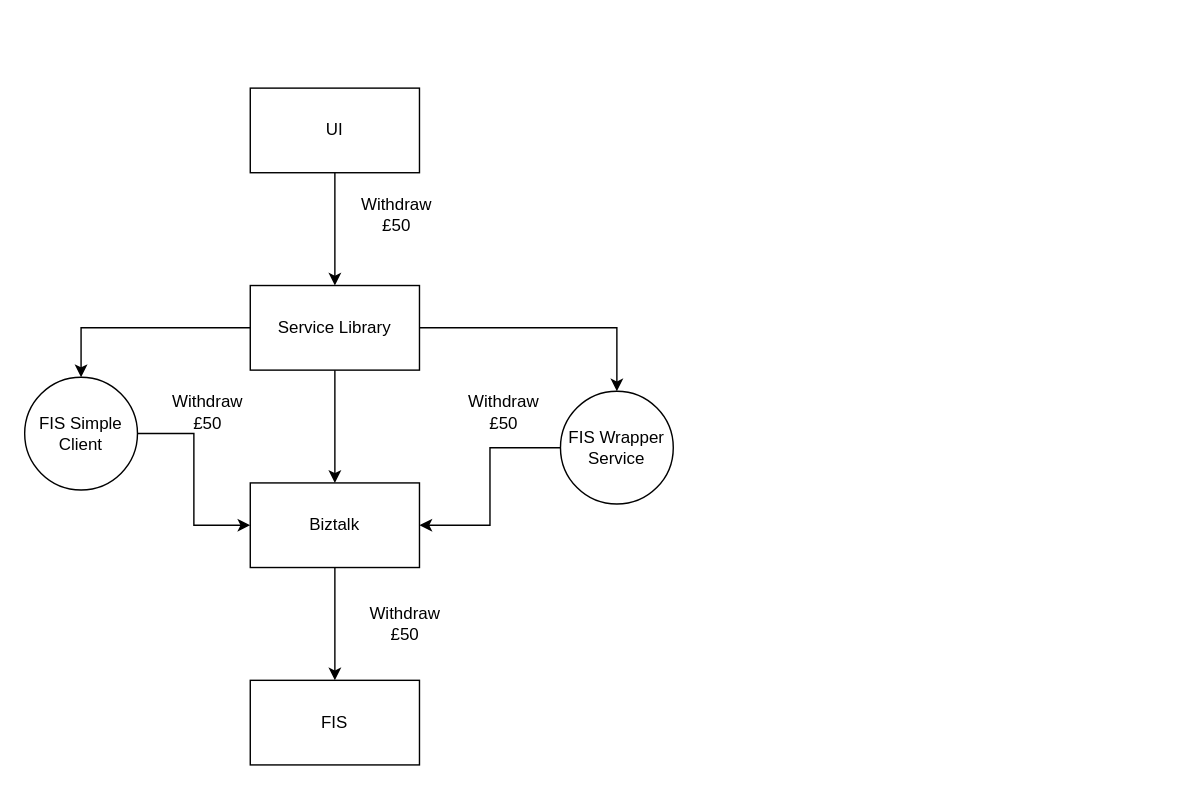
Earlier version of the draw.io diagram CashWithdrawalsBiztalkFIS.drawio (mattwatts36/drawings). Source tidied: cells renumbered, new cells numbered last; positions are measured from the earlier drawing's top-left corner, leaving out a move shared by most shapes. Both pictures are drawn from the tidied source at 141%, with x=0, y=0 at pixel (24, 87).
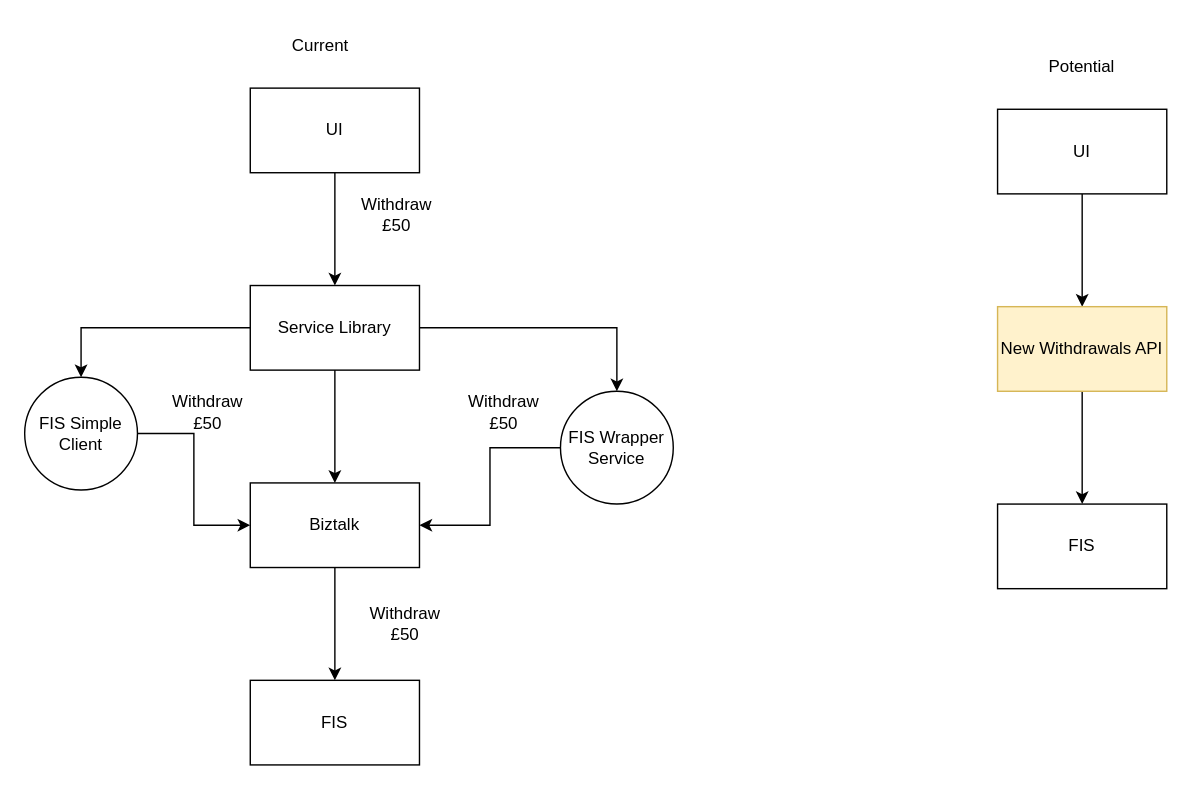
The same page after the edit.

The edit, as a diff of the source:
```diff
@@
+    <mxCell id="19" value="Current" style="text;html=1;strokeColor=none;fillColor=none;align=center;verticalAlign=middle;whiteSpace=wrap;rounded=0;" parent="1" vertex="1">
+      <mxGeometry x="180" y="-45" width="60" height="30" as="geometry" />
+    </mxCell>
+    <mxCell id="20" style="edgeStyle=orthogonalEdgeStyle;rounded=0;jettySize=auto;html=1;" parent="1" edge="1" source="21" target="24">
+      <mxGeometry relative="1" as="geometry" />
+    </mxCell>
+    <mxCell id="21" value="UI" style="rounded=0;whiteSpace=wrap;html=1;" parent="1" vertex="1">
+      <mxGeometry x="690" y="15" width="120" height="60" as="geometry" />
+    </mxCell>
+    <mxCell id="22" value="Potential" style="text;html=1;strokeColor=none;fillColor=none;align=center;verticalAlign=middle;whiteSpace=wrap;rounded=0;" parent="1" vertex="1">
+      <mxGeometry x="720" y="-30" width="60" height="30" as="geometry" />
+    </mxCell>
+    <mxCell id="23" style="edgeStyle=orthogonalEdgeStyle;rounded=0;jettySize=auto;html=1;" parent="1" edge="1" source="24" target="25">
+      <mxGeometry relative="1" as="geometry" />
+    </mxCell>
+    <mxCell id="24" value="New Withdrawals API" style="whiteSpace=wrap;html=1;rounded=0;fillColor=#fff2cc;strokeColor=#d6b656;" parent="1" vertex="1">
+      <mxGeometry x="690" y="155" width="120" height="60" as="geometry" />
+    </mxCell>
+    <mxCell id="25" value="FIS" style="whiteSpace=wrap;html=1;rounded=0;" parent="1" vertex="1">
+      <mxGeometry x="690" y="295" width="120" height="60" as="geometry" />
+    </mxCell>
```
